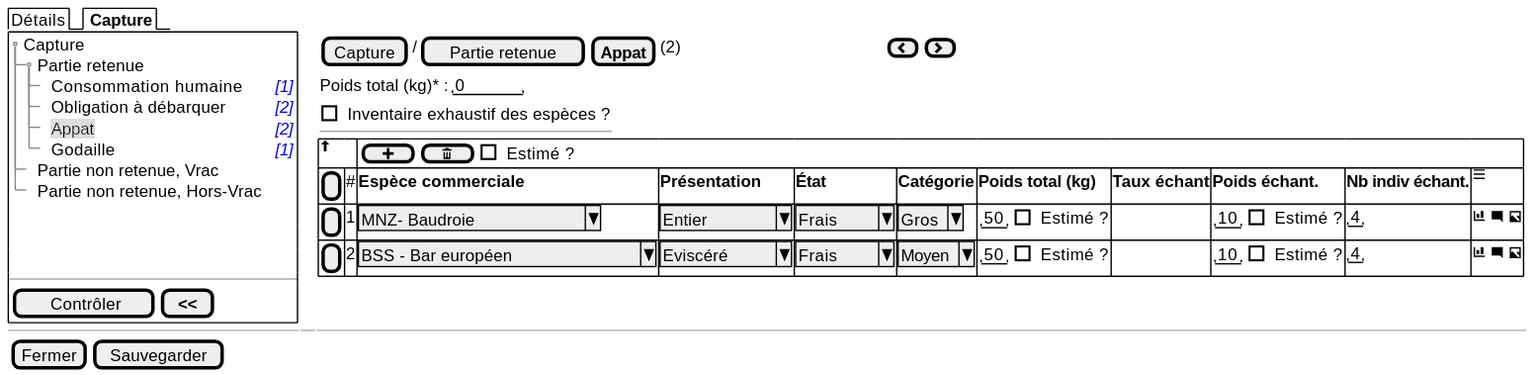
Before: projects/obsmer/spe/images/batch/batch-tree-PR-BAI.svg, a diagram exported from PlantUML (sumaris-net/sumaris-doc). Its source is kept beside it as projects/obsmer/spe/images/batch/batch-tree-PR-BAI.puml.
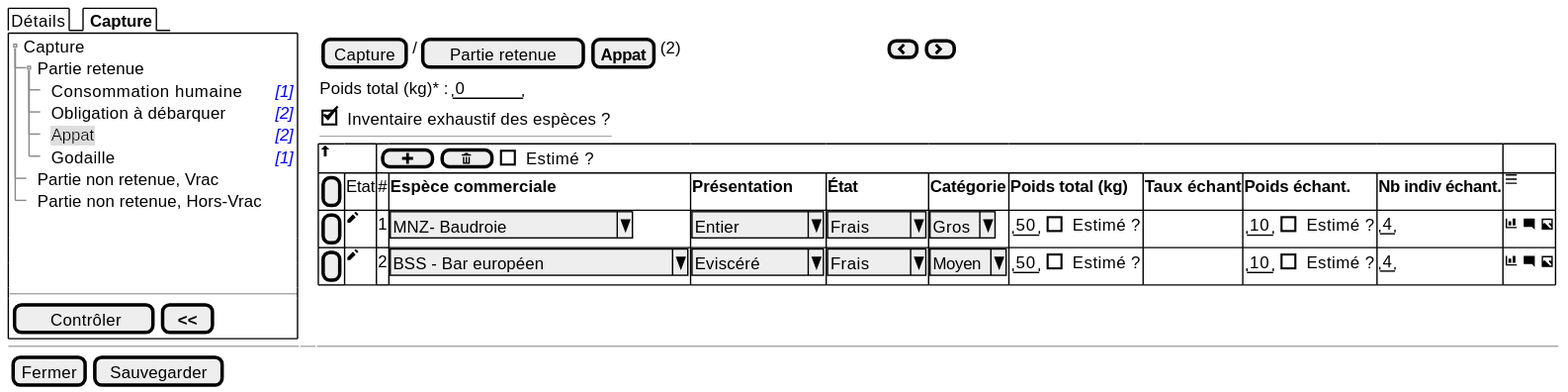
Later version of the same file.

Change to the diagram source:
```diff
@@ -24,16 +24,16 @@
 
     {Poids total (kg)* : | " 0    " }
 
-    { [ ] Inventaire exhaustif des espèces ?
+    { [X] Inventaire exhaustif des espèces ?
     ---
     }
 
 
     {#
           <&arrow-thick-top> | *  | {[ <&plus> ] | [ <&trash> ] | [ ] Estimé ? } | * | * | * | * | * | * | * | *
-          [ ] |# |  <b>Espèce commerciale  | <b>Présentation | <b>État | <b>Catégorie | <b>Poids total (kg)     |  <b>Taux échant  | <b>Poids échant. | <b>Nb indiv échant. | <&menu>
-          [ ] |1 | ^MNZ- Baudroie       ^ | ^ Entier   ^ | ^ Frais ^ | ^Gros^ | { "50" | [ ] Estimé ? } | .   |   { "10" | [ ] Estimé ? }          | "4" | <&bar-chart> <&comment-square> <&image>
-          [ ] |2 | ^BSS - Bar européen       ^ | ^ Eviscéré ^ | ^ Frais ^ | ^Moyen^ | { "50" | [ ] Estimé ? } | .   |   { "10" | [ ] Estimé ? }          | "4" | <&bar-chart> <&comment-square> <&image>
+          [ ] | Etat |# |  <b>Espèce commerciale  | <b>Présentation | <b>État | <b>Catégorie | <b>Poids total (kg)     |  <b>Taux échant  | <b>Poids échant. | <b>Nb indiv échant. | <&menu>
+          [ ] |<&pencil> |1 | ^MNZ- Baudroie       ^ | ^ Entier   ^ | ^ Frais ^ | ^Gros^ | { "50" | [ ] Estimé ? } | .   |   { "10" | [ ] Estimé ? }          | "4" | <&bar-chart> <&comment-square> <&image>
+          [ ] |<&pencil> |2 | ^BSS - Bar européen       ^ | ^ Eviscéré ^ | ^ Frais ^ | ^Moyen^ | { "50" | [ ] Estimé ? } | .   |   { "10" | [ ] Estimé ? }          | "4" | <&bar-chart> <&comment-square> <&image>
         }
   }
 
```
